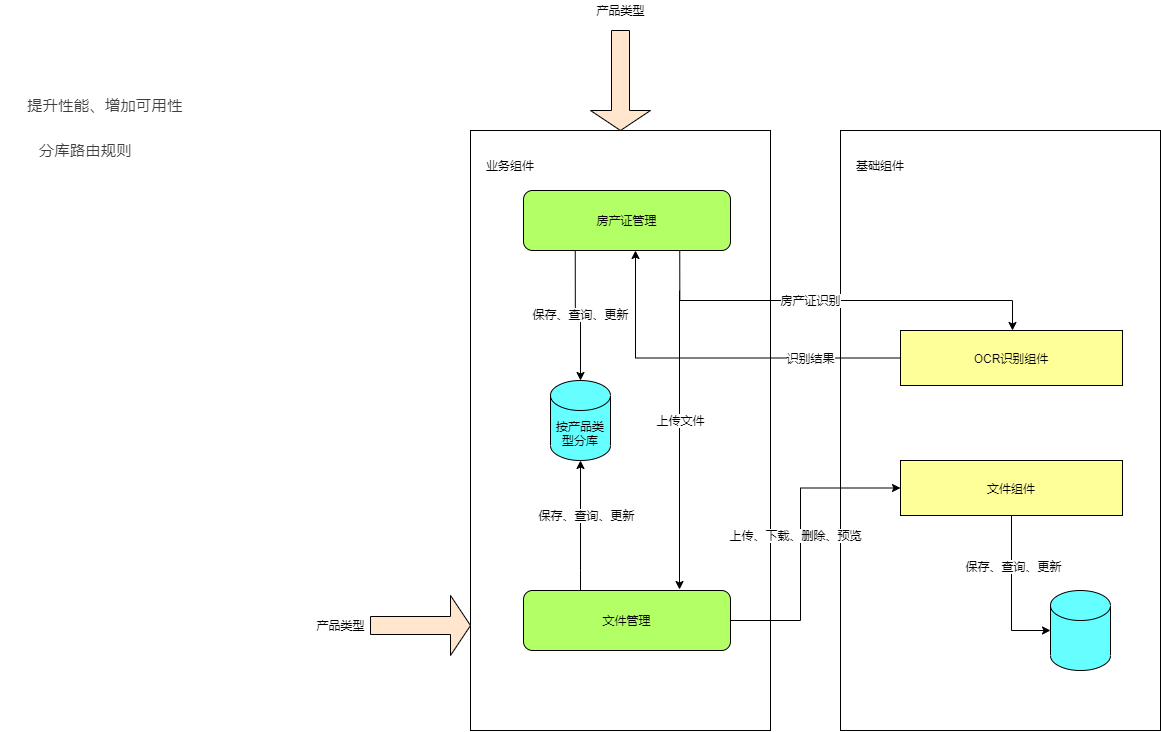
yangjian433/yj keeps this draw.io diagram as 新金融公共组件.drawio.png. Above is the earlier version. Source tidied: cells renumbered, new cells last; positions are measured from the earlier drawing's top-left corner, leaving out a move shared by most shapes.
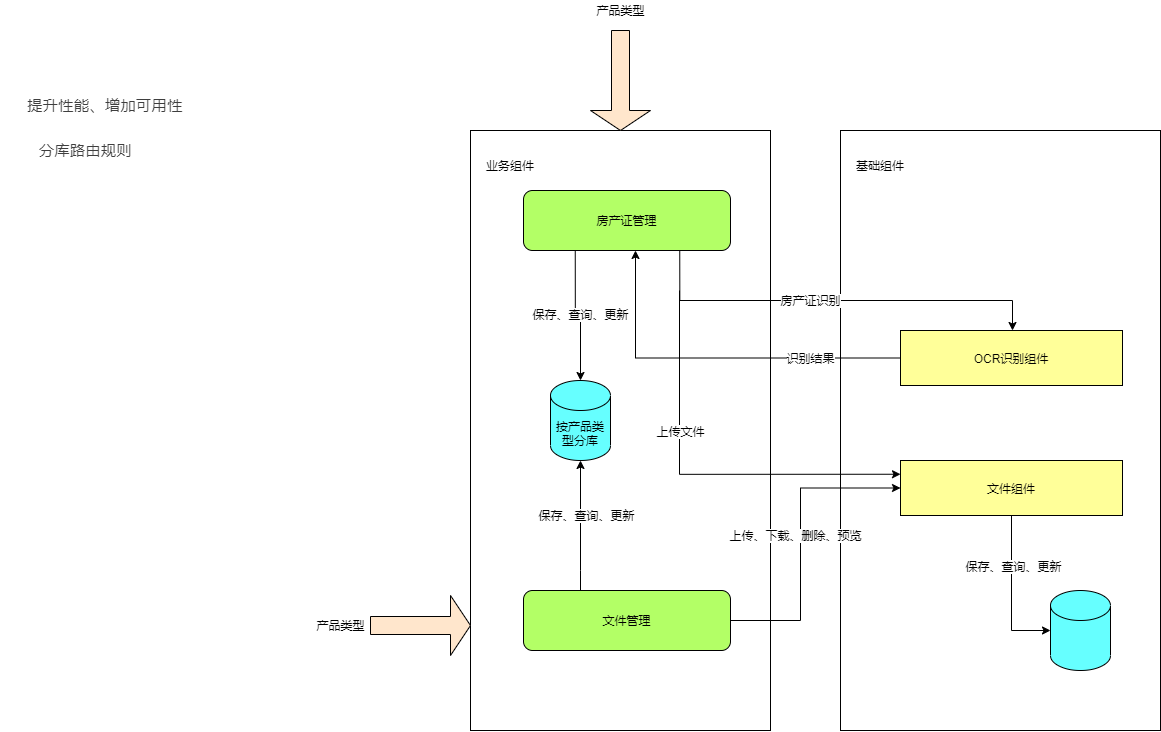
After the change.

Commit message:
Update 新金融公共组件.drawio.png

What changed in the source:
```diff
@@ -47,17 +47,17 @@
         <mxPoint x="133" y="-4" as="offset" />
       </mxGeometry>
     </mxCell>
-    <mxCell id="12" style="edgeStyle=orthogonalEdgeStyle;rounded=0;jettySize=auto;html=1;entryX=0.75;entryY=0;entryDx=0;entryDy=0;" parent="1" edge="1" target="20">
+    <mxCell id="12" style="edgeStyle=orthogonalEdgeStyle;rounded=0;jettySize=auto;html=1;entryX=0;entryY=0.25;entryDx=0;entryDy=0;" parent="1" edge="1" target="16">
       <mxGeometry relative="1" as="geometry">
         <mxPoint x="679" y="290" as="sourcePoint" />
         <Array as="points">
-          <mxPoint x="679" y="589" />
+          <mxPoint x="679" y="474" />
         </Array>
       </mxGeometry>
     </mxCell>
     <mxCell id="13" value="上传文件" style="edgeLabel;html=1;align=center;verticalAlign=middle;" parent="12" vertex="1">
       <mxGeometry x="-0.26" y="2" relative="1" as="geometry">
-        <mxPoint x="-1" y="19" as="offset" />
+        <mxPoint x="-1" y="-9" as="offset" />
       </mxGeometry>
     </mxCell>
     <mxCell id="14" value="OCR识别组件" style="rounded=0;whiteSpace=wrap;html=1;fillColor=#FFFF99;" parent="1" vertex="1">
```
